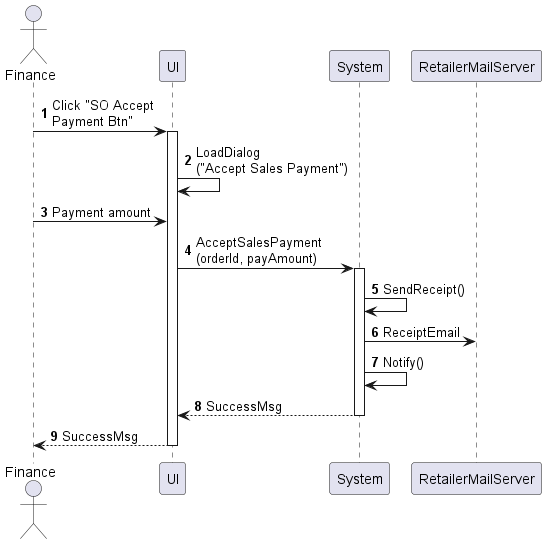
Before: sequences/sales-order-accept-payment.png, a diagram exported from PlantUML (phihungha/scmss-reqs).
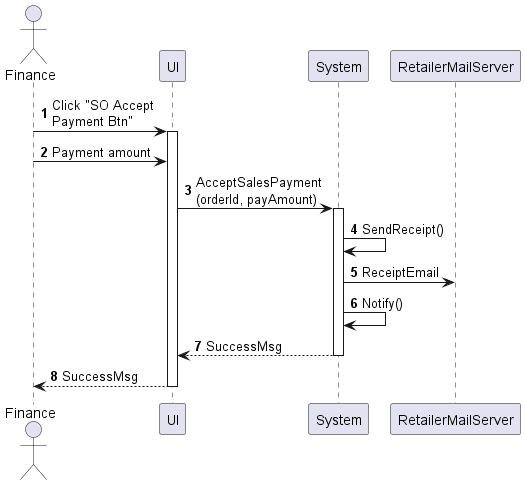
Later version of the same file.

Diff of the diagram source:
```diff
@@ -8,7 +8,6 @@
 
 a -> f : Click "SO Accept\nPayment Btn"
 activate f
-f -> f : LoadDialog\n("Accept Sales Payment")
 a -> f : Payment amount
 f -> b : AcceptSalesPayment\n(orderId, payAmount)
 activate b
```
